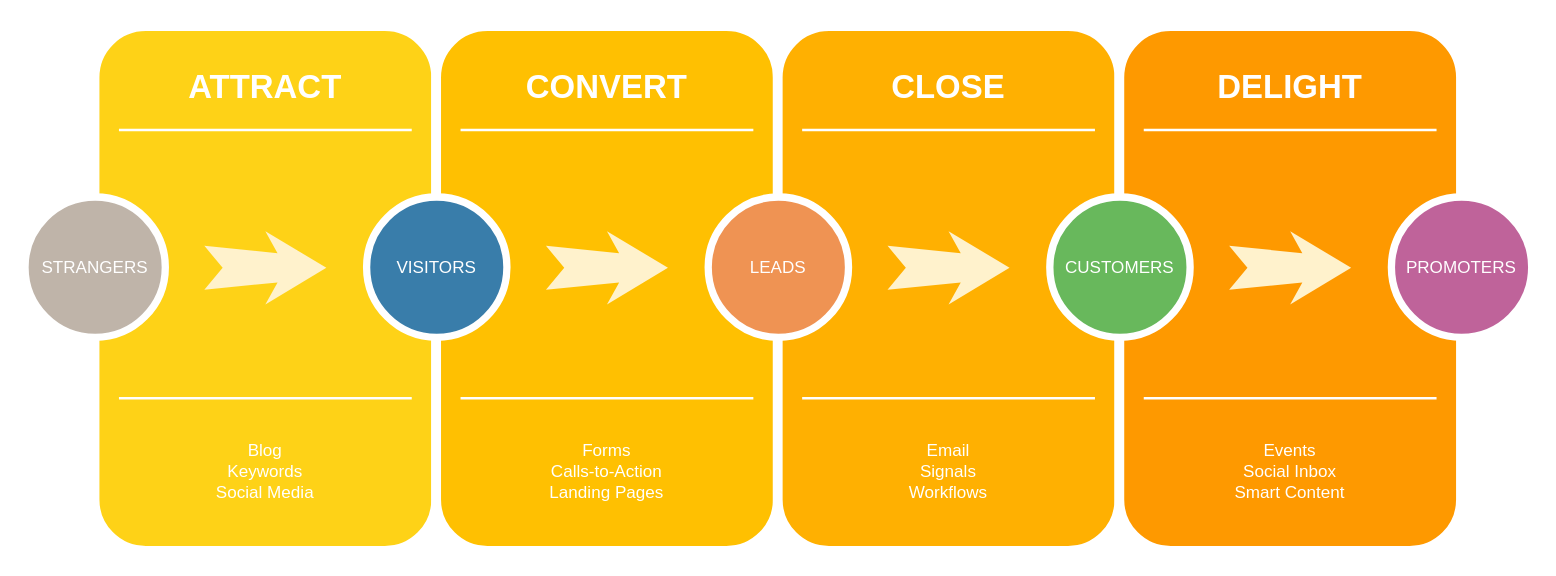
The draw.io diagram Untitled Diagram.drawio in nasowoo/my-first-blog, before the edit. Source tidied: cells renumbered, new cells numbered last; positions are measured from the earlier drawing's top-left corner, leaving out a move shared by most shapes. Both pictures are drawn from the tidied source at 122%, with x=0, y=0 at pixel (24, 26).
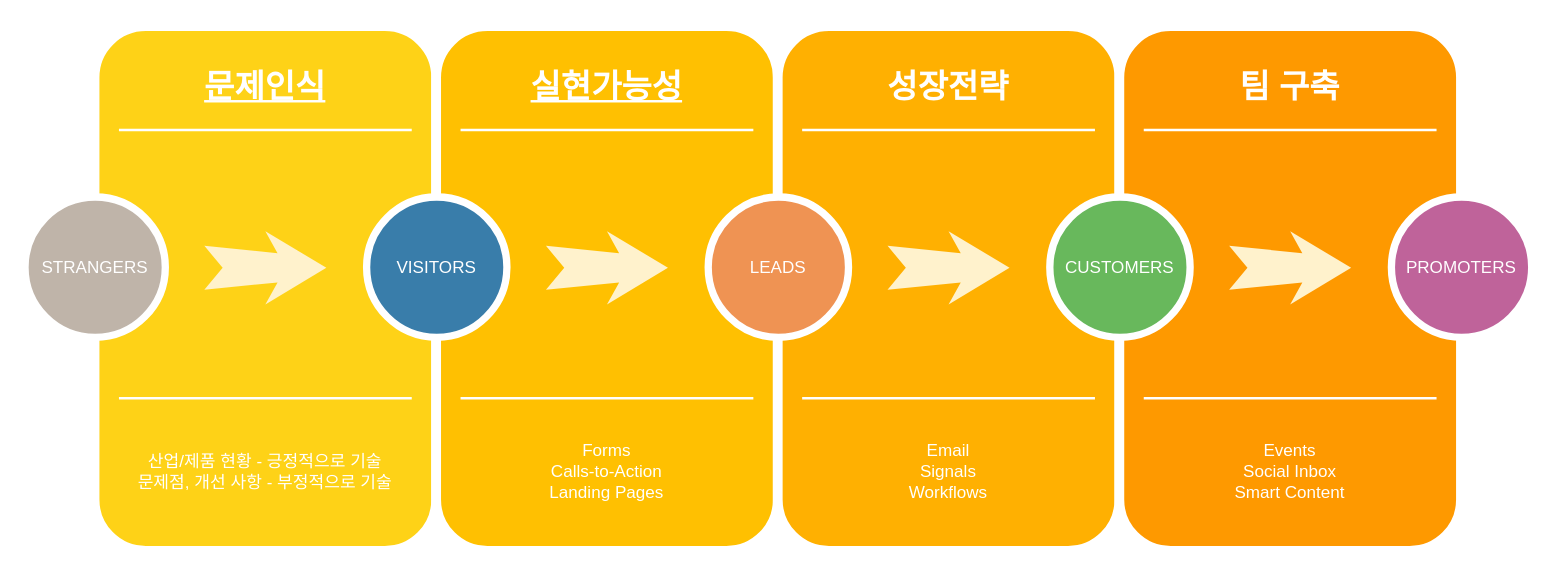
After the change.

What changed in the source:
```diff
@@
-    <mxCell id="3" value="ATTRACT" style="text;html=1;strokeColor=none;fillColor=none;align=center;verticalAlign=middle;whiteSpace=wrap;rounded=0;shadow=0;fontSize=27;fontColor=#FFFFFF;fontStyle=1;" parent="1" vertex="1">
+    <mxCell id="3" value="&lt;u&gt;문제인식&lt;/u&gt;" style="text;html=1;strokeColor=none;fillColor=none;align=center;verticalAlign=middle;whiteSpace=wrap;rounded=0;shadow=0;fontSize=27;fontColor=#FFFFFF;fontStyle=1;" parent="1" vertex="1">
       <mxGeometry x="57" y="20" width="280" height="60" as="geometry" />
     </mxCell>
-    <mxCell id="4" value="Blog&lt;div&gt;Keywords&lt;/div&gt;&lt;div&gt;Social Media&lt;/div&gt;" style="text;html=1;strokeColor=none;fillColor=none;align=center;verticalAlign=middle;whiteSpace=wrap;rounded=0;shadow=0;fontSize=14;fontColor=#FFFFFF;" parent="1" vertex="1">
+    <mxCell id="4" value="산업/제품 현황 - 긍정적으로 기술&lt;br&gt;문제점, 개선 사항 - 부정적으로 기술&lt;br&gt;" style="text;html=1;strokeColor=none;fillColor=none;align=center;verticalAlign=middle;whiteSpace=wrap;rounded=0;shadow=0;fontSize=14;fontColor=#FFFFFF;" parent="1" vertex="1">
       <mxGeometry x="57" y="320" width="280" height="90" as="geometry" />
     </mxCell>
@@
-    <mxCell id="10" value="CONVERT" style="text;html=1;strokeColor=none;fillColor=none;align=center;verticalAlign=middle;whiteSpace=wrap;rounded=0;shadow=0;fontSize=27;fontColor=#FFFFFF;fontStyle=1;" parent="1" vertex="1">
+    <mxCell id="10" value="&lt;u&gt;실현가능성&lt;/u&gt;" style="text;html=1;strokeColor=none;fillColor=none;align=center;verticalAlign=middle;whiteSpace=wrap;rounded=0;shadow=0;fontSize=27;fontColor=#FFFFFF;fontStyle=1;" parent="1" vertex="1">
       <mxGeometry x="337" y="20" width="280" height="60" as="geometry" />
     </mxCell>
@@
-    <mxCell id="17" value="CLOSE" style="text;html=1;strokeColor=none;fillColor=none;align=center;verticalAlign=middle;whiteSpace=wrap;rounded=0;shadow=0;fontSize=27;fontColor=#FFFFFF;fontStyle=1;" parent="1" vertex="1">
+    <mxCell id="17" value="성장전략" style="text;html=1;strokeColor=none;fillColor=none;align=center;verticalAlign=middle;whiteSpace=wrap;rounded=0;shadow=0;fontSize=27;fontColor=#FFFFFF;fontStyle=1;" parent="1" vertex="1">
       <mxGeometry x="617" y="20" width="280" height="60" as="geometry" />
     </mxCell>
@@
-    <mxCell id="24" value="DELIGHT" style="text;html=1;strokeColor=none;fillColor=none;align=center;verticalAlign=middle;whiteSpace=wrap;rounded=0;shadow=0;fontSize=27;fontColor=#FFFFFF;fontStyle=1;" parent="1" vertex="1">
+    <mxCell id="24" value="팀 구축" style="text;html=1;strokeColor=none;fillColor=none;align=center;verticalAlign=middle;whiteSpace=wrap;rounded=0;shadow=0;fontSize=27;fontColor=#FFFFFF;fontStyle=1;" parent="1" vertex="1">
       <mxGeometry x="897" y="20" width="280" height="60" as="geometry" />
     </mxCell>
```
